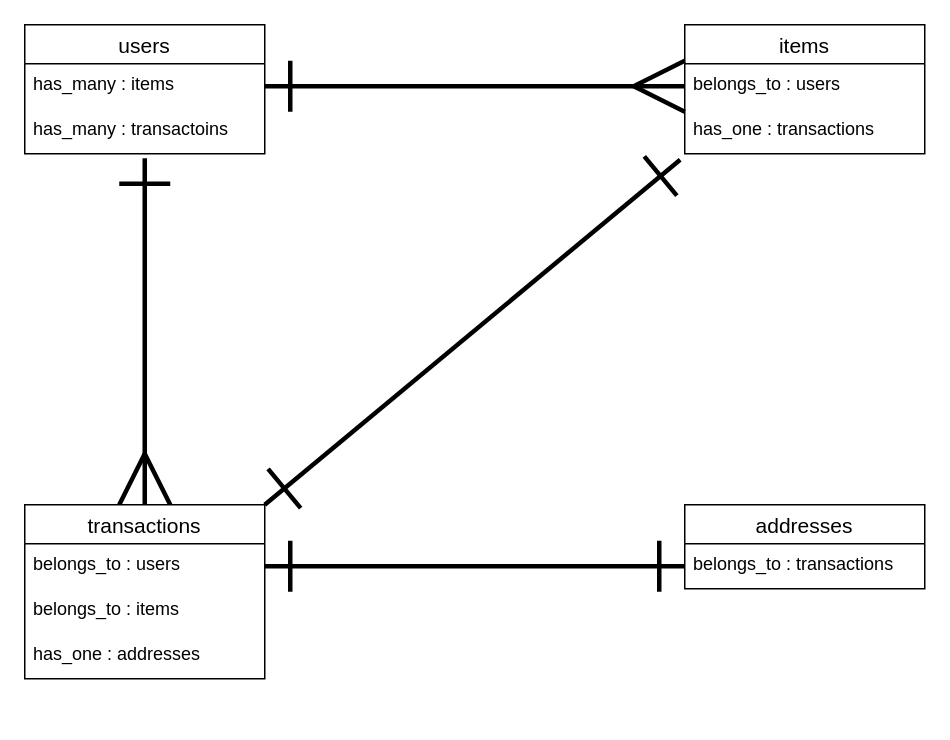
This is test.dio from zozors/furima-37978, a draw.io file, before an edit. Source tidied: cells renumbered, new cells numbered last; positions are measured from the earlier drawing's top-left corner, leaving out a move shared by most shapes. Both pictures are drawn from the tidied source at 150%, with x=0, y=0 at pixel (24, 24).
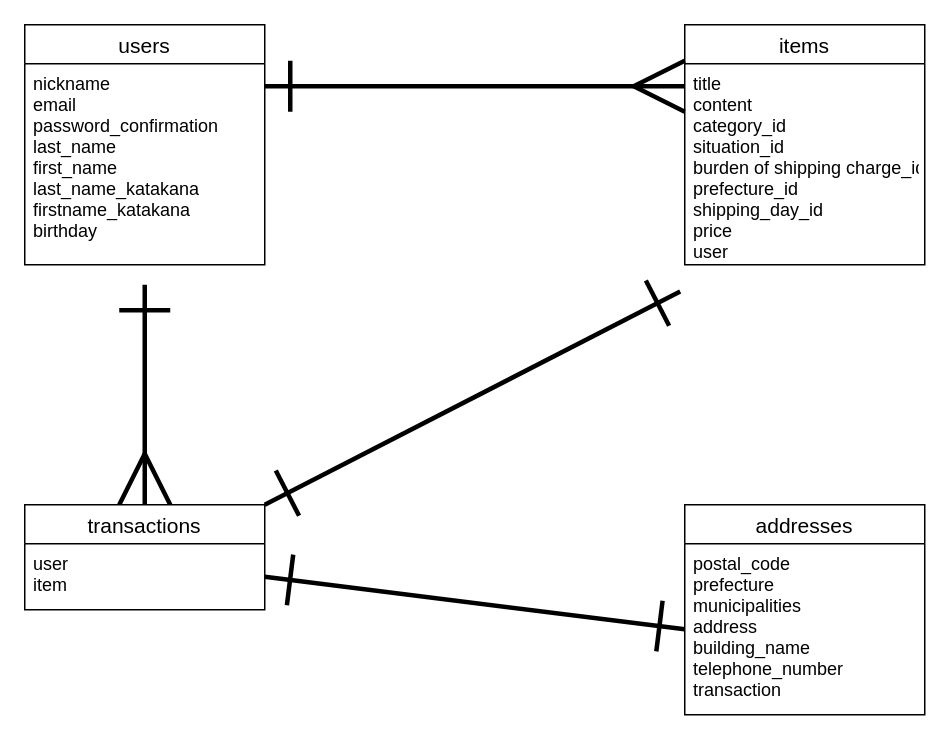
The same diagram, later.

Commit message (it also covers changes not shown here):
レビュー修正

Diff of the diagram source:
```diff
@@
 <mxGraphModel>
   <root>
     <mxCell id="0" />
     <mxCell id="1" parent="0" />
     <mxCell id="2" value="users" style="swimlane;fontStyle=0;horizontal=1;startSize=26;align=center;fontSize=14;" parent="1" vertex="1">
-      <mxGeometry width="160" height="86" as="geometry" />
+      <mxGeometry width="160" height="160" as="geometry" />
     </mxCell>
-    <mxCell id="3" value="has_many : items" style="text;strokeColor=none;fillColor=none;spacingLeft=4;spacingRight=4;overflow=hidden;points=[[0,0.5],[1,0.5]];portConstraint=eastwest;fontSize=12;" parent="2" vertex="1">
-      <mxGeometry y="26" width="160" height="30" as="geometry" />
-    </mxCell>
-    <mxCell id="4" value="has_many : transactoins" style="text;strokeColor=none;fillColor=none;spacingLeft=4;spacingRight=4;overflow=hidden;points=[[0,0.5],[1,0.5]];portConstraint=eastwest;fontSize=12;" parent="2" vertex="1">
-      <mxGeometry y="56" width="160" height="30" as="geometry" />
+    <mxCell id="4" value="nickname&#10;email&#10;password_confirmation&#10;last_name&#10;first_name&#10;last_name_katakana&#10;firstname_katakana&#10;birthday" style="text;strokeColor=none;fillColor=none;spacingLeft=4;spacingRight=4;overflow=hidden;points=[[0,0.5],[1,0.5]];portConstraint=eastwest;fontSize=12;" parent="2" vertex="1">
+      <mxGeometry y="26" width="160" height="134" as="geometry" />
     </mxCell>
     <mxCell id="5" value="items" style="swimlane;fontStyle=0;horizontal=1;startSize=26;align=center;fontSize=14;" parent="1" vertex="1">
-      <mxGeometry x="440" width="160" height="86" as="geometry" />
+      <mxGeometry x="440" width="160" height="160" as="geometry" />
     </mxCell>
-    <mxCell id="6" value="belongs_to : users" style="text;strokeColor=none;fillColor=none;spacingLeft=4;spacingRight=4;overflow=hidden;points=[[0,0.5],[1,0.5]];portConstraint=eastwest;fontSize=12;" parent="5" vertex="1">
-      <mxGeometry y="26" width="160" height="30" as="geometry" />
-    </mxCell>
-    <mxCell id="7" value="has_one : transactions" style="text;strokeColor=none;fillColor=none;spacingLeft=4;spacingRight=4;overflow=hidden;points=[[0,0.5],[1,0.5]];portConstraint=eastwest;fontSize=12;" parent="5" vertex="1">
-      <mxGeometry y="56" width="160" height="30" as="geometry" />
+    <mxCell id="7" value="title&#10;content&#10;category_id&#10;situation_id&#10;burden of shipping charge_id&#10;prefecture_id&#10;shipping_day_id&#10;price&#10;user" style="text;strokeColor=none;fillColor=none;spacingLeft=4;spacingRight=4;overflow=hidden;points=[[0,0.5],[1,0.5]];portConstraint=eastwest;fontSize=12;" parent="5" vertex="1">
+      <mxGeometry y="26" width="160" height="134" as="geometry" />
     </mxCell>
     <mxCell id="8" style="edgeStyle=none;html=1;exitX=0.5;exitY=0;exitDx=0;exitDy=0;targetPerimeterSpacing=0;endArrow=ERmany;endFill=0;entryX=0.5;entryY=0;entryDx=0;entryDy=0;" parent="1" edge="1" source="11" target="11">
       <mxGeometry relative="1" as="geometry" />
     </mxCell>
     <mxCell id="9" style="edgeStyle=none;html=1;exitX=0.5;exitY=0;exitDx=0;exitDy=0;entryX=0.5;entryY=1.1;entryDx=0;entryDy=0;entryPerimeter=0;endArrow=ERone;endFill=0;startSize=30;endSize=30;targetPerimeterSpacing=0;strokeColor=default;strokeWidth=3;startArrow=ERmany;startFill=0;" parent="1" edge="1" source="11" target="4">
       <mxGeometry relative="1" as="geometry" />
     </mxCell>
     <mxCell id="10" style="edgeStyle=none;html=1;exitX=1;exitY=0;exitDx=0;exitDy=0;entryX=-0.019;entryY=1.133;entryDx=0;entryDy=0;entryPerimeter=0;startArrow=ERone;startFill=0;endArrow=ERone;endFill=0;sourcePerimeterSpacing=0;targetPerimeterSpacing=0;strokeColor=default;strokeWidth=3;endSize=30;startSize=30;" parent="1" edge="1" source="11" target="7">
       <mxGeometry relative="1" as="geometry" />
     </mxCell>
     <mxCell id="11" value="transactions" style="swimlane;fontStyle=0;horizontal=1;startSize=26;align=center;fontSize=14;" parent="1" vertex="1">
-      <mxGeometry y="320" width="160" height="116" as="geometry" />
+      <mxGeometry y="320" width="160" height="70" as="geometry" />
     </mxCell>
-    <mxCell id="12" value="belongs_to : users" style="text;strokeColor=none;fillColor=none;spacingLeft=4;spacingRight=4;overflow=hidden;points=[[0,0.5],[1,0.5]];portConstraint=eastwest;fontSize=12;" parent="11" vertex="1">
-      <mxGeometry y="26" width="160" height="30" as="geometry" />
+    <mxCell id="12" value="user&#10;item" style="text;strokeColor=none;fillColor=none;spacingLeft=4;spacingRight=4;overflow=hidden;points=[[0,0.5],[1,0.5]];portConstraint=eastwest;fontSize=12;" parent="11" vertex="1">
+      <mxGeometry y="26" width="160" height="44" as="geometry" />
     </mxCell>
-    <mxCell id="13" value="belongs_to : items" style="text;strokeColor=none;fillColor=none;spacingLeft=4;spacingRight=4;overflow=hidden;fontSize=12;" parent="11" vertex="1">
-      <mxGeometry y="56" width="160" height="30" as="geometry" />
-    </mxCell>
-    <mxCell id="14" value="has_one : addresses" style="text;strokeColor=none;fillColor=none;spacingLeft=4;spacingRight=4;overflow=hidden;fontSize=12;" parent="11" vertex="1">
-      <mxGeometry y="86" width="160" height="30" as="geometry" />
-    </mxCell>
     <mxCell id="15" value="addresses" style="swimlane;fontStyle=0;horizontal=1;startSize=26;align=center;fontSize=14;" parent="1" vertex="1">
-      <mxGeometry x="440" y="320" width="160" height="56" as="geometry" />
+      <mxGeometry x="440" y="320" width="160" height="140" as="geometry" />
     </mxCell>
-    <mxCell id="16" value="belongs_to : transactions" style="text;strokeColor=none;fillColor=none;spacingLeft=4;spacingRight=4;overflow=hidden;points=[[0,0.5],[1,0.5]];portConstraint=eastwest;fontSize=12;" parent="15" vertex="1">
-      <mxGeometry y="26" width="160" height="30" as="geometry" />
+    <mxCell id="16" value="postal_code&#10;prefecture&#10;municipalities&#10;address&#10;building_name&#10;telephone_number&#10;transaction" style="text;strokeColor=none;fillColor=none;spacingLeft=4;spacingRight=4;overflow=hidden;points=[[0,0.5],[1,0.5]];portConstraint=eastwest;fontSize=12;" parent="15" vertex="1">
+      <mxGeometry y="26" width="160" height="114" as="geometry" />
     </mxCell>
-    <mxCell id="17" style="edgeStyle=none;html=1;exitX=1;exitY=0.5;exitDx=0;exitDy=0;entryX=0;entryY=0.5;entryDx=0;entryDy=0;endArrow=ERmany;endFill=0;startSize=30;endSize=30;targetPerimeterSpacing=0;strokeColor=default;startArrow=ERone;startFill=0;strokeWidth=3;" parent="1" edge="1" source="3" target="6">
-      <mxGeometry relative="1" as="geometry" />
+    <mxCell id="17" style="edgeStyle=none;html=1;exitX=1;exitY=0.5;exitDx=0;exitDy=0;entryX=0;entryY=0.5;entryDx=0;entryDy=0;endArrow=ERmany;endFill=0;startSize=30;endSize=30;targetPerimeterSpacing=0;strokeColor=default;startArrow=ERone;startFill=0;strokeWidth=3;" parent="1" edge="1">
+      <mxGeometry relative="1" as="geometry">
+        <mxPoint x="160" y="41" as="sourcePoint" />
+        <mxPoint x="440" y="41" as="targetPoint" />
+      </mxGeometry>
     </mxCell>
     <mxCell id="18" style="edgeStyle=none;html=1;exitX=1;exitY=0.5;exitDx=0;exitDy=0;entryX=0;entryY=0.5;entryDx=0;entryDy=0;endArrow=ERone;endFill=0;targetPerimeterSpacing=0;strokeColor=default;endSize=30;startArrow=ERone;startFill=0;startSize=30;strokeWidth=3;" parent="1" edge="1" source="12" target="16">
       <mxGeometry relative="1" as="geometry" />
     </mxCell>
   </root>
 </mxGraphModel>
```
